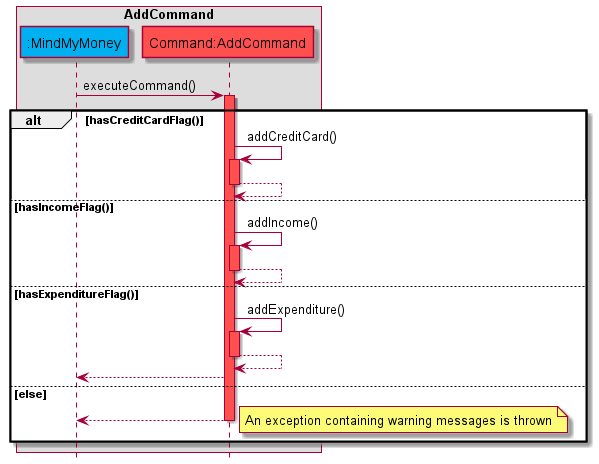
The PlantUML diagram docs/images/Add_Command_Sequence_Diagram.png in nus-cs2113-AY2122S2/tp, before a commit.
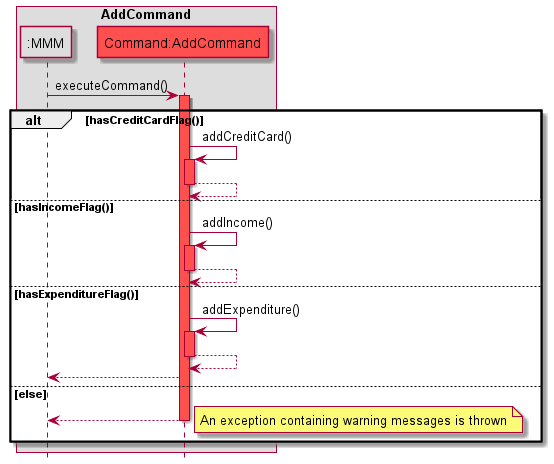
Later version of the same file.

Commit message:
Update Sequence Diagrams

The edit, as a diff of the source:
```diff
@@ -2,12 +2,12 @@
 !include Style.puml
 
 box AddCommand
-participant ":MindMyMoney" as Parser PARSER_COLOUR
+participant ":MMM" as MMM MMM_COLOUR
 participant "Command:AddCommand" as AddCommand COMMANDS_COLOUR
 end box
 hide footbox
 
-Parser -> AddCommand: executeCommand()
+MMM -> AddCommand: executeCommand()
 activate AddCommand COMMANDS_COLOUR
 
 alt hasCreditCardFlag()
@@ -28,10 +28,10 @@
 activate AddCommand COMMANDS_COLOUR
 AddCommand --> AddCommand:
 deactivate AddCommand COMMANDS_COLOUR
-AddCommand --> Parser:
+AddCommand --> MMM:
 
 else else
-AddCommand --> Parser:
+AddCommand --> MMM:
 deactivate AddCommand COMMANDS_COLOUR
 note right
 An exception containing warning messages is thrown
```
